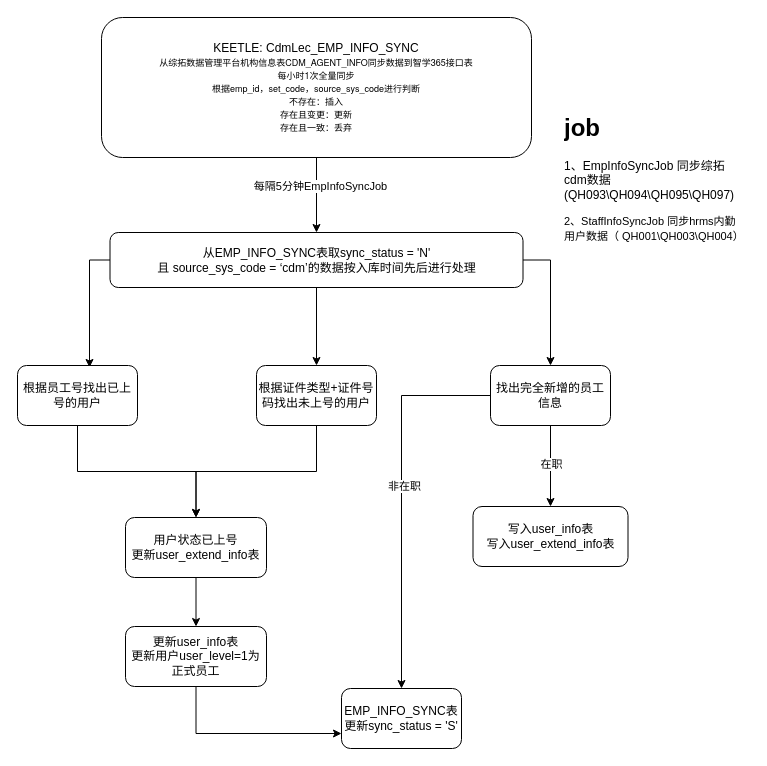
rainerpiao/cloud-computing keeps this draw.io diagram as page "综拓cdm外勤人员同步" (2 of 2) of 人员信息同步.drawio. Above is the earlier version. Source tidied: cells renumbered, new cells numbered last; positions are measured from the earlier drawing's top-left corner, leaving out a move shared by most shapes. Both pictures are drawn from the tidied source at 100%, with x=0, y=0 at pixel (17, 17).
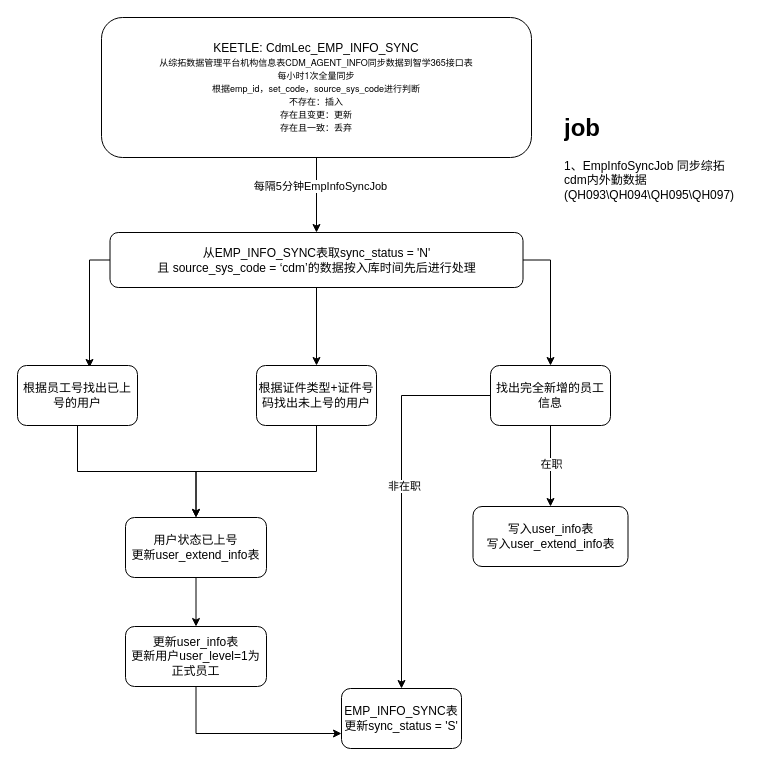
The same diagram, later.

The edit, as a diff of the source:
```diff
@@
-    <mxCell id="24" value="&lt;h1&gt;job&lt;/h1&gt;&lt;p&gt;1、EmpInfoSyncJob 同步综拓cdm数据(QH093\QH094\QH095\QH097)&lt;/p&gt;&lt;span style=&quot;font-size: 11px ; text-align: center ; background-color: rgb(255 , 255 , 255)&quot;&gt;2、StaffInfoSyncJob 同步hrms内勤用户数据（&lt;span style=&quot;white-space: pre&quot;&gt; &lt;/span&gt;QH001\QH003\QH004）&lt;/span&gt;" style="text;html=1;strokeColor=none;fillColor=none;spacing=5;spacingTop=-20;whiteSpace=wrap;overflow=hidden;rounded=0;" parent="1" vertex="1">
+    <mxCell id="24" value="&lt;h1&gt;job&lt;/h1&gt;&lt;p&gt;1、EmpInfoSyncJob 同步综拓cdm内外勤&lt;span style=&quot;background-color: initial;&quot;&gt;数据(QH093\QH094\QH095\QH097)&lt;/span&gt;&lt;/p&gt;" style="text;html=1;strokeColor=none;fillColor=none;spacing=5;spacingTop=-20;whiteSpace=wrap;overflow=hidden;rounded=0;" parent="1" vertex="1">
       <mxGeometry x="542" y="91" width="190" height="154" as="geometry" />
     </mxCell>
```
